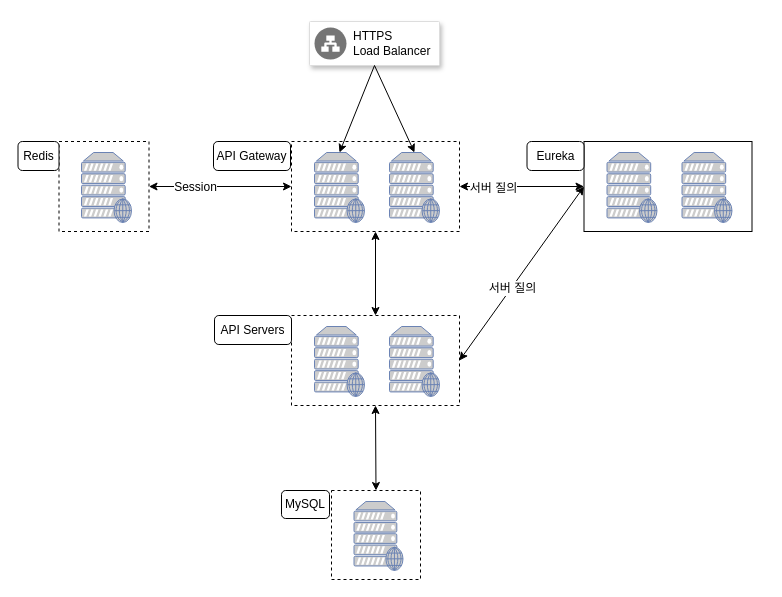
sungwookkim/diagram keeps this draw.io diagram as Untitled Diagram.drawio. Above is the earlier version. Source tidied: cells renumbered, new cells numbered last; positions are measured from the earlier drawing's top-left corner, leaving out a move shared by most shapes. Both pictures are drawn from the tidied source at 100%, with x=0, y=0 at pixel (18, 21).
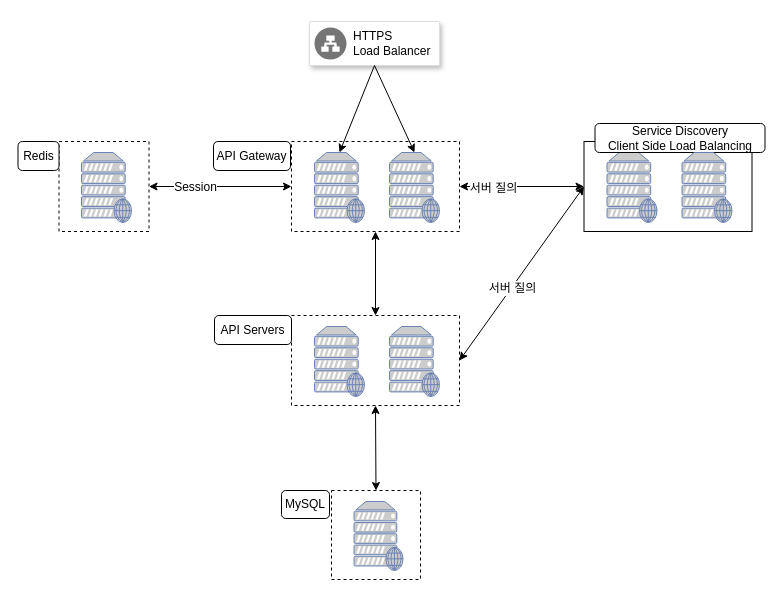
After the change.

What changed in the source:
```diff
@@
-    <mxCell id="12" value="Eureka" style="rounded=1;whiteSpace=wrap;html=1;" parent="1" vertex="1">
-      <mxGeometry x="508.5" y="120" width="57" height="29" as="geometry" />
+    <mxCell id="12" value="Service Discovery&lt;br&gt;Client Side Load Balancing" style="rounded=1;whiteSpace=wrap;html=1;" parent="1" vertex="1">
+      <mxGeometry x="576.5" y="102" width="170" height="29" as="geometry" />
     </mxCell>
```
